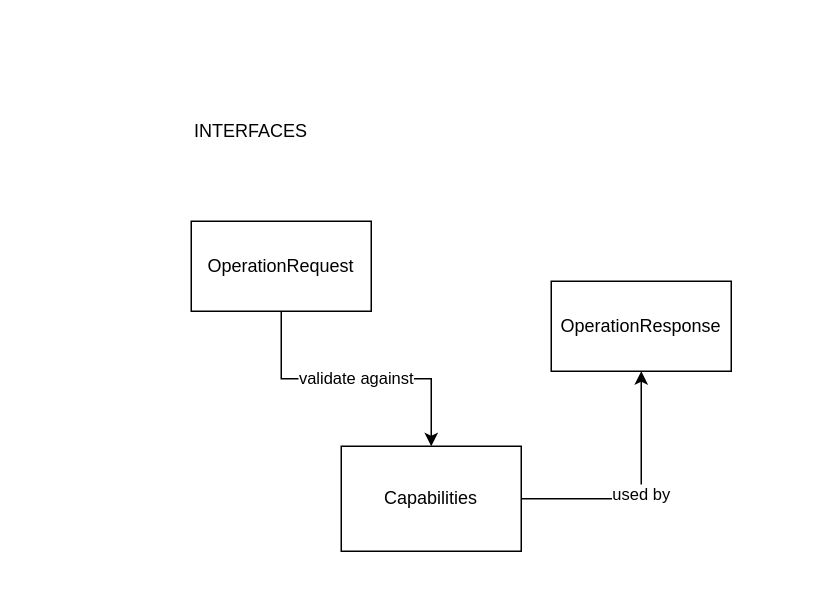
Earlier version of the draw.io diagram page "Interfaces" (1 of 2) of images/layout.drawio (PDOK/ogc-specifications). Source tidied: cells renumbered, new cells numbered last; positions are measured from the earlier drawing's top-left corner, leaving out a move shared by most shapes. Both pictures are drawn from the tidied source at 150%, with x=0, y=0 at pixel (190, 116).
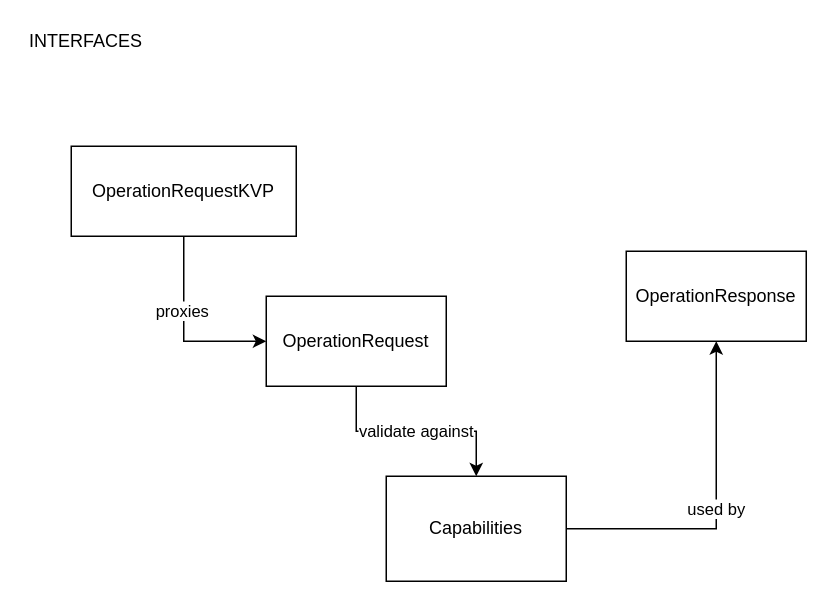
The same diagram, later.

Commit message (it also covers changes not shown here):
added OperationRequestKVP interface

What changed in the source:
```diff
@@
 <mxGraphModel>
   <root>
     <mxCell id="0" />
     <mxCell id="1" parent="0" />
     <mxCell id="2" value="validate against" style="edgeStyle=orthogonalEdgeStyle;rounded=0;jettySize=auto;html=1;entryX=0.5;entryY=0;entryDx=0;entryDy=0;exitX=0.5;exitY=1;exitDx=0;exitDy=0;" parent="1" edge="1" source="5" target="4">
       <mxGeometry relative="1" as="geometry" />
     </mxCell>
     <mxCell id="3" value="used by" style="edgeStyle=orthogonalEdgeStyle;rounded=0;jettySize=auto;html=1;entryX=0.5;entryY=1;entryDx=0;entryDy=0;" parent="1" edge="1" source="4" target="6">
       <mxGeometry relative="1" as="geometry" />
     </mxCell>
     <mxCell id="4" value="Capabilities" style="rounded=0;whiteSpace=wrap;html=1;" parent="1" vertex="1">
-      <mxGeometry x="100" y="220" width="120" height="70" as="geometry" />
+      <mxGeometry x="130" y="240" width="120" height="70" as="geometry" />
     </mxCell>
     <mxCell id="5" value="OperationRequest" style="rounded=0;whiteSpace=wrap;html=1;" parent="1" vertex="1">
-      <mxGeometry y="70" width="120" height="60" as="geometry" />
+      <mxGeometry x="50" y="120" width="120" height="60" as="geometry" />
     </mxCell>
     <mxCell id="6" value="OperationResponse" style="rounded=0;whiteSpace=wrap;html=1;" parent="1" vertex="1">
-      <mxGeometry x="240" y="110" width="120" height="60" as="geometry" />
+      <mxGeometry x="290" y="90" width="120" height="60" as="geometry" />
     </mxCell>
     <mxCell id="7" value="INTERFACES" style="text;html=1;strokeColor=none;fillColor=none;align=center;verticalAlign=middle;whiteSpace=wrap;rounded=0;" parent="1" vertex="1">
-      <mxGeometry width="80" height="20" as="geometry" />
+      <mxGeometry x="-110" y="-60" width="80" height="20" as="geometry" />
     </mxCell>
+    <mxCell id="8" style="edgeStyle=orthogonalEdgeStyle;rounded=0;jettySize=auto;html=1;entryX=0;entryY=0.5;entryDx=0;entryDy=0;" parent="1" edge="1" source="10" target="5">
+      <mxGeometry relative="1" as="geometry" />
+    </mxCell>
+    <mxCell id="9" value="proxies" style="edgeLabel;html=1;align=center;verticalAlign=middle;" parent="8" vertex="1">
+      <mxGeometry x="-0.22" y="-2" relative="1" as="geometry" />
+    </mxCell>
+    <mxCell id="10" value="OperationRequestKVP" style="rounded=0;whiteSpace=wrap;html=1;" parent="1" vertex="1">
+      <mxGeometry x="-80" y="20" width="150" height="60" as="geometry" />
+    </mxCell>
   </root>
 </mxGraphModel>
```
